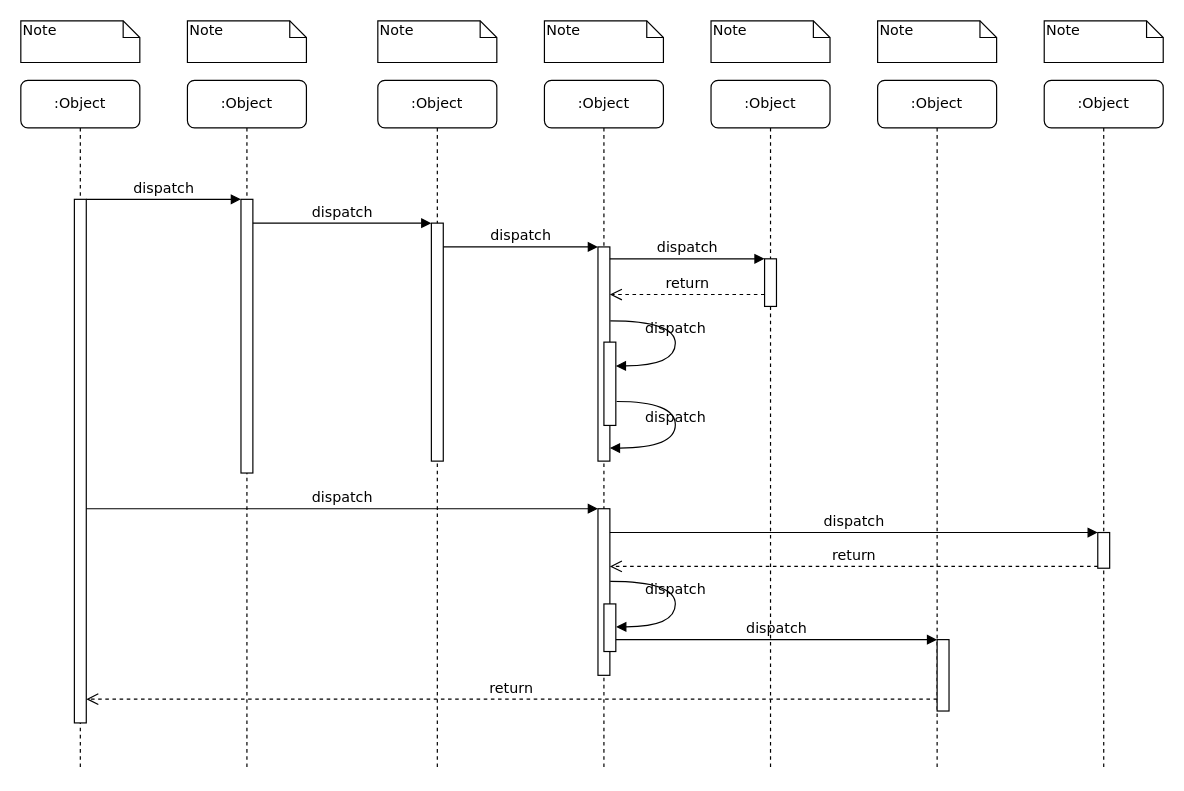
Earlier version of the draw.io diagram Dubbo上下文原理.drawio (Rain-ziyu/img). Source tidied: cells renumbered, new cells numbered last; positions are measured from the earlier drawing's top-left corner, leaving out a move shared by most shapes. Both pictures are drawn from the tidied source at 119%, with x=0, y=0 at pixel (20, 20).
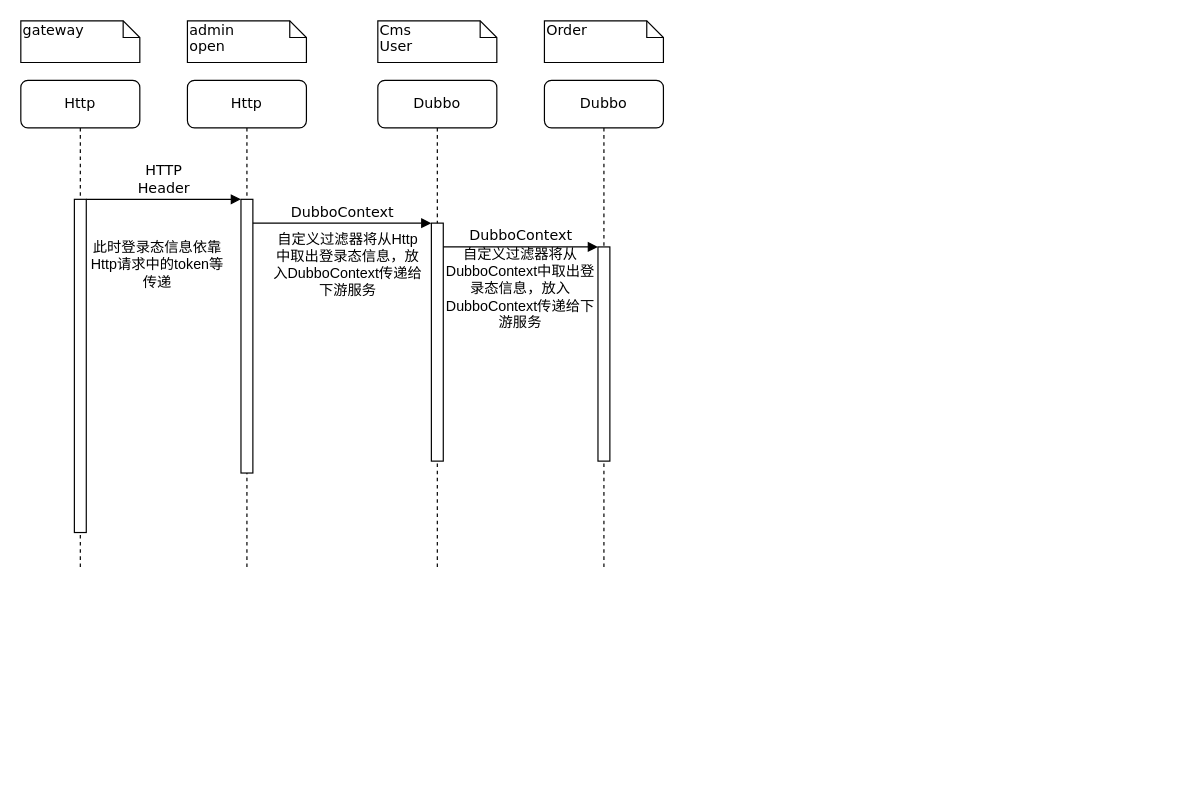
The same diagram, later.

Commit message:
更新Dubbo上下文原理.drawio

The change refers to these unchanged cells:
```xml
<mxCell id="3" style="html=1;points=[];perimeter=orthogonalPerimeter;rounded=0;shadow=0;comic=0;labelBackgroundColor=none;strokeWidth=1;fontFamily=Verdana;fontSize=12;align=center;" parent="2" vertex="1">
  <mxGeometry x="45" y="100" width="10" height="230" as="geometry" />
</mxCell>
<mxCell id="5" style="html=1;points=[];perimeter=orthogonalPerimeter;rounded=0;shadow=0;comic=0;labelBackgroundColor=none;strokeWidth=1;fontFamily=Verdana;fontSize=12;align=center;" parent="4" vertex="1">
  <mxGeometry x="45" y="120" width="10" height="200" as="geometry" />
</mxCell>
<mxCell id="12" style="html=1;points=[];perimeter=orthogonalPerimeter;rounded=0;shadow=0;comic=0;labelBackgroundColor=none;strokeWidth=1;fontFamily=Verdana;fontSize=12;align=center;" parent="1" vertex="1">
  <mxGeometry x="485" y="190" width="10" height="180" as="geometry" />
</mxCell>
```

The edit, as a diff of the source:
```diff
@@
-    <mxCell id="2" value=":Object" style="shape=umlLifeline;perimeter=lifelinePerimeter;whiteSpace=wrap;html=1;rounded=1;shadow=0;comic=0;labelBackgroundColor=none;strokeWidth=1;fontFamily=Verdana;fontSize=12;align=center;" parent="1" vertex="1">
-      <mxGeometry x="140" y="50" width="100" height="580" as="geometry" />
+    <mxCell id="2" value="Http" style="shape=umlLifeline;perimeter=lifelinePerimeter;whiteSpace=wrap;html=1;rounded=1;shadow=0;comic=0;labelBackgroundColor=none;strokeWidth=1;fontFamily=Verdana;fontSize=12;align=center;" parent="1" vertex="1">
+      <mxGeometry x="140" y="50" width="100" height="410" as="geometry" />
     </mxCell>
@@
-    <mxCell id="4" value=":Object" style="shape=umlLifeline;perimeter=lifelinePerimeter;whiteSpace=wrap;html=1;rounded=1;shadow=0;comic=0;labelBackgroundColor=none;strokeWidth=1;fontFamily=Verdana;fontSize=12;align=center;" parent="1" vertex="1">
-      <mxGeometry x="300" y="50" width="100" height="580" as="geometry" />
+    <mxCell id="4" value="Dubbo" style="shape=umlLifeline;perimeter=lifelinePerimeter;whiteSpace=wrap;html=1;rounded=1;shadow=0;comic=0;labelBackgroundColor=none;strokeWidth=1;fontFamily=Verdana;fontSize=12;align=center;" parent="1" vertex="1">
+      <mxGeometry x="300" y="50" width="100" height="410" as="geometry" />
     </mxCell>
@@
-    <mxCell id="6" value=":Object" style="shape=umlLifeline;perimeter=lifelinePerimeter;whiteSpace=wrap;html=1;rounded=1;shadow=0;comic=0;labelBackgroundColor=none;strokeWidth=1;fontFamily=Verdana;fontSize=12;align=center;" parent="1" vertex="1">
-      <mxGeometry x="440" y="50" width="100" height="580" as="geometry" />
+    <mxCell id="6" value="Dubbo" style="shape=umlLifeline;perimeter=lifelinePerimeter;whiteSpace=wrap;html=1;rounded=1;shadow=0;comic=0;labelBackgroundColor=none;strokeWidth=1;fontFamily=Verdana;fontSize=12;align=center;" parent="1" vertex="1">
+      <mxGeometry x="440" y="50" width="100" height="410" as="geometry" />
     </mxCell>
-    <mxCell id="7" value=":Object" style="shape=umlLifeline;perimeter=lifelinePerimeter;whiteSpace=wrap;html=1;rounded=1;shadow=0;comic=0;labelBackgroundColor=none;strokeWidth=1;fontFamily=Verdana;fontSize=12;align=center;" parent="1" vertex="1">
-      <mxGeometry x="580" y="50" width="100" height="580" as="geometry" />
-    </mxCell>
-    <mxCell id="8" value=":Object" style="shape=umlLifeline;perimeter=lifelinePerimeter;whiteSpace=wrap;html=1;rounded=1;shadow=0;comic=0;labelBackgroundColor=none;strokeWidth=1;fontFamily=Verdana;fontSize=12;align=center;" parent="1" vertex="1">
-      <mxGeometry x="720" y="50" width="100" height="580" as="geometry" />
-    </mxCell>
-    <mxCell id="9" value=":Object" style="shape=umlLifeline;perimeter=lifelinePerimeter;whiteSpace=wrap;html=1;rounded=1;shadow=0;comic=0;labelBackgroundColor=none;strokeWidth=1;fontFamily=Verdana;fontSize=12;align=center;" parent="1" vertex="1">
-      <mxGeometry x="860" y="50" width="100" height="580" as="geometry" />
-    </mxCell>
-    <mxCell id="10" value=":Object" style="shape=umlLifeline;perimeter=lifelinePerimeter;whiteSpace=wrap;html=1;rounded=1;shadow=0;comic=0;labelBackgroundColor=none;strokeWidth=1;fontFamily=Verdana;fontSize=12;align=center;" parent="1" vertex="1">
-      <mxGeometry y="50" width="100" height="580" as="geometry" />
+    <mxCell id="10" value="Http" style="shape=umlLifeline;perimeter=lifelinePerimeter;whiteSpace=wrap;html=1;rounded=1;shadow=0;comic=0;labelBackgroundColor=none;strokeWidth=1;fontFamily=Verdana;fontSize=12;align=center;" parent="1" vertex="1">
+      <mxGeometry y="50" width="100" height="410" as="geometry" />
     </mxCell>
     <mxCell id="11" style="html=1;points=[];perimeter=orthogonalPerimeter;rounded=0;shadow=0;comic=0;labelBackgroundColor=none;strokeWidth=1;fontFamily=Verdana;fontSize=12;align=center;" parent="10" vertex="1">
-      <mxGeometry x="45" y="100" width="10" height="440" as="geometry" />
+      <mxGeometry x="45" y="100" width="10" height="280" as="geometry" />
     </mxCell>
@@
-    <mxCell id="13" value="dispatch" style="html=1;verticalAlign=bottom;endArrow=block;labelBackgroundColor=none;fontFamily=Verdana;fontSize=12;edgeStyle=elbowEdgeStyle;elbow=vertical;" parent="1" edge="1" source="5" target="12">
+    <mxCell id="13" value="DubboContext" style="html=1;verticalAlign=bottom;endArrow=block;labelBackgroundColor=none;fontFamily=Verdana;fontSize=12;edgeStyle=elbowEdgeStyle;elbow=vertical;" parent="1" edge="1" source="5" target="12">
       <mxGeometry relative="1" as="geometry">
         <Array as="points">
           <mxPoint x="360" y="190" />
         </Array>
       </mxGeometry>
     </mxCell>
-    <mxCell id="14" style="html=1;points=[];perimeter=orthogonalPerimeter;rounded=0;shadow=0;comic=0;labelBackgroundColor=none;strokeWidth=1;fontFamily=Verdana;fontSize=12;align=center;" parent="1" vertex="1">
-      <mxGeometry x="625" y="200" width="10" height="40" as="geometry" />
-    </mxCell>
-    <mxCell id="15" value="dispatch" style="html=1;verticalAlign=bottom;endArrow=block;entryX=0;entryY=0;labelBackgroundColor=none;fontFamily=Verdana;fontSize=12;edgeStyle=elbowEdgeStyle;elbow=vertical;" parent="1" edge="1" source="12" target="14">
-      <mxGeometry relative="1" as="geometry" />
-    </mxCell>
-    <mxCell id="16" value="return" style="html=1;verticalAlign=bottom;endArrow=open;dashed=1;endSize=8;labelBackgroundColor=none;fontFamily=Verdana;fontSize=12;edgeStyle=elbowEdgeStyle;elbow=vertical;" parent="1" edge="1" source="14" target="12">
-      <mxGeometry relative="1" as="geometry">
-        <Array as="points">
-          <mxPoint x="570" y="230" />
-          <mxPoint x="600" y="230" />
-        </Array>
-      </mxGeometry>
-    </mxCell>
-    <mxCell id="17" style="html=1;points=[];perimeter=orthogonalPerimeter;rounded=0;shadow=0;comic=0;labelBackgroundColor=none;strokeWidth=1;fontFamily=Verdana;fontSize=12;align=center;" parent="1" vertex="1">
-      <mxGeometry x="485" y="410" width="10" height="140" as="geometry" />
-    </mxCell>
-    <mxCell id="18" value="dispatch" style="html=1;verticalAlign=bottom;endArrow=block;entryX=0;entryY=0;labelBackgroundColor=none;fontFamily=Verdana;fontSize=12;" parent="1" edge="1" source="11" target="17">
-      <mxGeometry relative="1" as="geometry" />
-    </mxCell>
-    <mxCell id="19" style="html=1;points=[];perimeter=orthogonalPerimeter;rounded=0;shadow=0;comic=0;labelBackgroundColor=none;strokeColor=#000000;strokeWidth=1;fillColor=#FFFFFF;fontFamily=Verdana;fontSize=12;fontColor=#000000;align=center;" parent="1" vertex="1">
-      <mxGeometry x="905" y="430" width="10" height="30" as="geometry" />
-    </mxCell>
-    <mxCell id="20" value="dispatch" style="html=1;verticalAlign=bottom;endArrow=block;entryX=0;entryY=0;labelBackgroundColor=none;fontFamily=Verdana;fontSize=12;" parent="1" edge="1" source="17" target="19">
-      <mxGeometry relative="1" as="geometry" />
-    </mxCell>
-    <mxCell id="21" value="return" style="html=1;verticalAlign=bottom;endArrow=open;dashed=1;endSize=8;exitX=0;exitY=0.95;labelBackgroundColor=none;fontFamily=Verdana;fontSize=12;" parent="1" edge="1" source="19" target="17">
-      <mxGeometry relative="1" as="geometry" />
-    </mxCell>
-    <mxCell id="22" style="html=1;points=[];perimeter=orthogonalPerimeter;rounded=0;shadow=0;comic=0;labelBackgroundColor=none;strokeWidth=1;fontFamily=Verdana;fontSize=12;align=center;" parent="1" vertex="1">
-      <mxGeometry x="770" y="520" width="10" height="60" as="geometry" />
-    </mxCell>
-    <mxCell id="23" value="dispatch" style="html=1;verticalAlign=bottom;endArrow=block;entryX=0;entryY=0;labelBackgroundColor=none;fontFamily=Verdana;fontSize=12;edgeStyle=elbowEdgeStyle;elbow=vertical;" parent="1" edge="1" source="30" target="22">
-      <mxGeometry relative="1" as="geometry" />
-    </mxCell>
-    <mxCell id="24" value="return" style="html=1;verticalAlign=bottom;endArrow=open;dashed=1;endSize=8;labelBackgroundColor=none;fontFamily=Verdana;fontSize=12;edgeStyle=elbowEdgeStyle;elbow=vertical;" parent="1" edge="1" source="22" target="11">
-      <mxGeometry relative="1" as="geometry">
-        <Array as="points">
-          <mxPoint x="470" y="570" />
-        </Array>
-      </mxGeometry>
-    </mxCell>
-    <mxCell id="25" value="dispatch" style="html=1;verticalAlign=bottom;endArrow=block;entryX=0;entryY=0;labelBackgroundColor=none;fontFamily=Verdana;fontSize=12;edgeStyle=elbowEdgeStyle;elbow=vertical;" parent="1" edge="1" source="11" target="3">
+    <mxCell id="25" value="HTTP&lt;br&gt;Header" style="html=1;verticalAlign=bottom;endArrow=block;entryX=0;entryY=0;labelBackgroundColor=none;fontFamily=Verdana;fontSize=12;edgeStyle=elbowEdgeStyle;elbow=vertical;" parent="1" edge="1" source="11" target="3">
       <mxGeometry relative="1" as="geometry" />
     </mxCell>
-    <mxCell id="26" value="dispatch" style="html=1;verticalAlign=bottom;endArrow=block;entryX=0;entryY=0;labelBackgroundColor=none;fontFamily=Verdana;fontSize=12;edgeStyle=elbowEdgeStyle;elbow=vertical;" parent="1" edge="1" source="3" target="5">
+    <mxCell id="26" value="DubboContext" style="html=1;verticalAlign=bottom;endArrow=block;entryX=0;entryY=0;labelBackgroundColor=none;fontFamily=Verdana;fontSize=12;edgeStyle=elbowEdgeStyle;elbow=vertical;" parent="1" edge="1" source="3" target="5">
       <mxGeometry relative="1" as="geometry" />
     </mxCell>
-    <mxCell id="27" style="html=1;points=[];perimeter=orthogonalPerimeter;rounded=0;shadow=0;comic=0;labelBackgroundColor=none;strokeWidth=1;fontFamily=Verdana;fontSize=12;align=center;" parent="1" vertex="1">
-      <mxGeometry x="490" y="270" width="10" height="70" as="geometry" />
-    </mxCell>
-    <mxCell id="28" value="dispatch" style="html=1;verticalAlign=bottom;endArrow=block;labelBackgroundColor=none;fontFamily=Verdana;fontSize=12;elbow=vertical;edgeStyle=orthogonalEdgeStyle;curved=1;entryX=1;entryY=0.286;entryPerimeter=0;exitX=1.038;exitY=0.345;exitPerimeter=0;" parent="1" edge="1" source="12" target="27">
-      <mxGeometry relative="1" as="geometry">
-        <Array as="points">
-          <mxPoint x="550" y="252" />
-          <mxPoint x="550" y="290" />
-        </Array>
-      </mxGeometry>
-    </mxCell>
-    <mxCell id="29" value="dispatch" style="html=1;verticalAlign=bottom;endArrow=block;labelBackgroundColor=none;fontFamily=Verdana;fontSize=12;elbow=vertical;edgeStyle=orthogonalEdgeStyle;curved=1;exitX=1.066;exitY=0.713;exitPerimeter=0;" parent="1" edge="1" source="27">
-      <mxGeometry relative="1" as="geometry">
-        <mxPoint x="495" y="359" as="targetPoint" />
-        <Array as="points">
-          <mxPoint x="550" y="320" />
-          <mxPoint x="550" y="359" />
-        </Array>
-      </mxGeometry>
-    </mxCell>
-    <mxCell id="30" style="html=1;points=[];perimeter=orthogonalPerimeter;rounded=0;shadow=0;comic=0;labelBackgroundColor=none;strokeWidth=1;fontFamily=Verdana;fontSize=12;align=center;" parent="1" vertex="1">
-      <mxGeometry x="490" y="490" width="10" height="40" as="geometry" />
-    </mxCell>
-    <mxCell id="31" value="dispatch" style="html=1;verticalAlign=bottom;endArrow=block;labelBackgroundColor=none;fontFamily=Verdana;fontSize=12;elbow=vertical;edgeStyle=orthogonalEdgeStyle;curved=1;entryX=1;entryY=0.286;entryPerimeter=0;exitX=1.038;exitY=0.345;exitPerimeter=0;" parent="1" edge="1">
-      <mxGeometry relative="1" as="geometry">
-        <mxPoint x="495.3" y="471" as="sourcePoint" />
-        <mxPoint x="500.3" y="509.3" as="targetPoint" />
-        <Array as="points">
-          <mxPoint x="550" y="471" />
-          <mxPoint x="550" y="509" />
-        </Array>
-      </mxGeometry>
-    </mxCell>
-    <mxCell id="32" value="Note" style="shape=note;whiteSpace=wrap;html=1;size=14;verticalAlign=top;align=left;spacingTop=-6;rounded=0;shadow=0;comic=0;labelBackgroundColor=none;strokeWidth=1;fontFamily=Verdana;fontSize=12;" parent="1" vertex="1">
+    <mxCell id="32" value="gateway" style="shape=note;whiteSpace=wrap;html=1;size=14;verticalAlign=top;align=left;spacingTop=-6;rounded=0;shadow=0;comic=0;labelBackgroundColor=none;strokeWidth=1;fontFamily=Verdana;fontSize=12;" parent="1" vertex="1">
       <mxGeometry width="100" height="35" as="geometry" />
     </mxCell>
-    <mxCell id="33" value="Note" style="shape=note;whiteSpace=wrap;html=1;size=14;verticalAlign=top;align=left;spacingTop=-6;rounded=0;shadow=0;comic=0;labelBackgroundColor=none;strokeWidth=1;fontFamily=Verdana;fontSize=12;" parent="1" vertex="1">
+    <mxCell id="33" value="admin&lt;br&gt;open" style="shape=note;whiteSpace=wrap;html=1;size=14;verticalAlign=top;align=left;spacingTop=-6;rounded=0;shadow=0;comic=0;labelBackgroundColor=none;strokeWidth=1;fontFamily=Verdana;fontSize=12;" parent="1" vertex="1">
       <mxGeometry x="140" width="100" height="35" as="geometry" />
     </mxCell>
-    <mxCell id="34" value="Note" style="shape=note;whiteSpace=wrap;html=1;size=14;verticalAlign=top;align=left;spacingTop=-6;rounded=0;shadow=0;comic=0;labelBackgroundColor=none;strokeWidth=1;fontFamily=Verdana;fontSize=12;" parent="1" vertex="1">
+    <mxCell id="34" value="Cms&lt;br&gt;User" style="shape=note;whiteSpace=wrap;html=1;size=14;verticalAlign=top;align=left;spacingTop=-6;rounded=0;shadow=0;comic=0;labelBackgroundColor=none;strokeWidth=1;fontFamily=Verdana;fontSize=12;" parent="1" vertex="1">
       <mxGeometry x="300" width="100" height="35" as="geometry" />
     </mxCell>
-    <mxCell id="35" value="Note" style="shape=note;whiteSpace=wrap;html=1;size=14;verticalAlign=top;align=left;spacingTop=-6;rounded=0;shadow=0;comic=0;labelBackgroundColor=none;strokeWidth=1;fontFamily=Verdana;fontSize=12;" parent="1" vertex="1">
+    <mxCell id="35" value="Order" style="shape=note;whiteSpace=wrap;html=1;size=14;verticalAlign=top;align=left;spacingTop=-6;rounded=0;shadow=0;comic=0;labelBackgroundColor=none;strokeWidth=1;fontFamily=Verdana;fontSize=12;" parent="1" vertex="1">
       <mxGeometry x="440" width="100" height="35" as="geometry" />
     </mxCell>
-    <mxCell id="36" value="Note" style="shape=note;whiteSpace=wrap;html=1;size=14;verticalAlign=top;align=left;spacingTop=-6;rounded=0;shadow=0;comic=0;labelBackgroundColor=none;strokeWidth=1;fontFamily=Verdana;fontSize=12;" parent="1" vertex="1">
-      <mxGeometry x="580" width="100" height="35" as="geometry" />
-    </mxCell>
-    <mxCell id="37" value="Note" style="shape=note;whiteSpace=wrap;html=1;size=14;verticalAlign=top;align=left;spacingTop=-6;rounded=0;shadow=0;comic=0;labelBackgroundColor=none;strokeWidth=1;fontFamily=Verdana;fontSize=12;" parent="1" vertex="1">
-      <mxGeometry x="720" width="100" height="35" as="geometry" />
-    </mxCell>
-    <mxCell id="38" value="Note" style="shape=note;whiteSpace=wrap;html=1;size=14;verticalAlign=top;align=left;spacingTop=-6;rounded=0;shadow=0;comic=0;labelBackgroundColor=none;strokeWidth=1;fontFamily=Verdana;fontSize=12;" parent="1" vertex="1">
-      <mxGeometry x="860" width="100" height="35" as="geometry" />
-    </mxCell>
+    <mxCell id="39" value="此时登录态信息依靠Http请求中的token等传递" style="text;html=1;strokeColor=none;fillColor=none;align=center;verticalAlign=middle;whiteSpace=wrap;rounded=0;" parent="1" vertex="1">
+      <mxGeometry x="55" y="190" width="120" height="30" as="geometry" />
+    </mxCell>
+    <mxCell id="40" value="自定义过滤器将从Http中取出登录态信息，放入DubboContext传递给下游服务" style="text;html=1;strokeColor=none;fillColor=none;align=center;verticalAlign=middle;whiteSpace=wrap;rounded=0;" parent="1" vertex="1">
+      <mxGeometry x="210" y="190" width="130" height="30" as="geometry" />
+    </mxCell>
+    <mxCell id="41" value="自定义过滤器将从DubboContext中取出登录态信息，放入DubboContext传递给下游服务" style="text;html=1;strokeColor=none;fillColor=none;align=center;verticalAlign=middle;whiteSpace=wrap;rounded=0;" parent="1" vertex="1">
+      <mxGeometry x="355" y="210" width="130" height="30" as="geometry" />
+    </mxCell>
```
